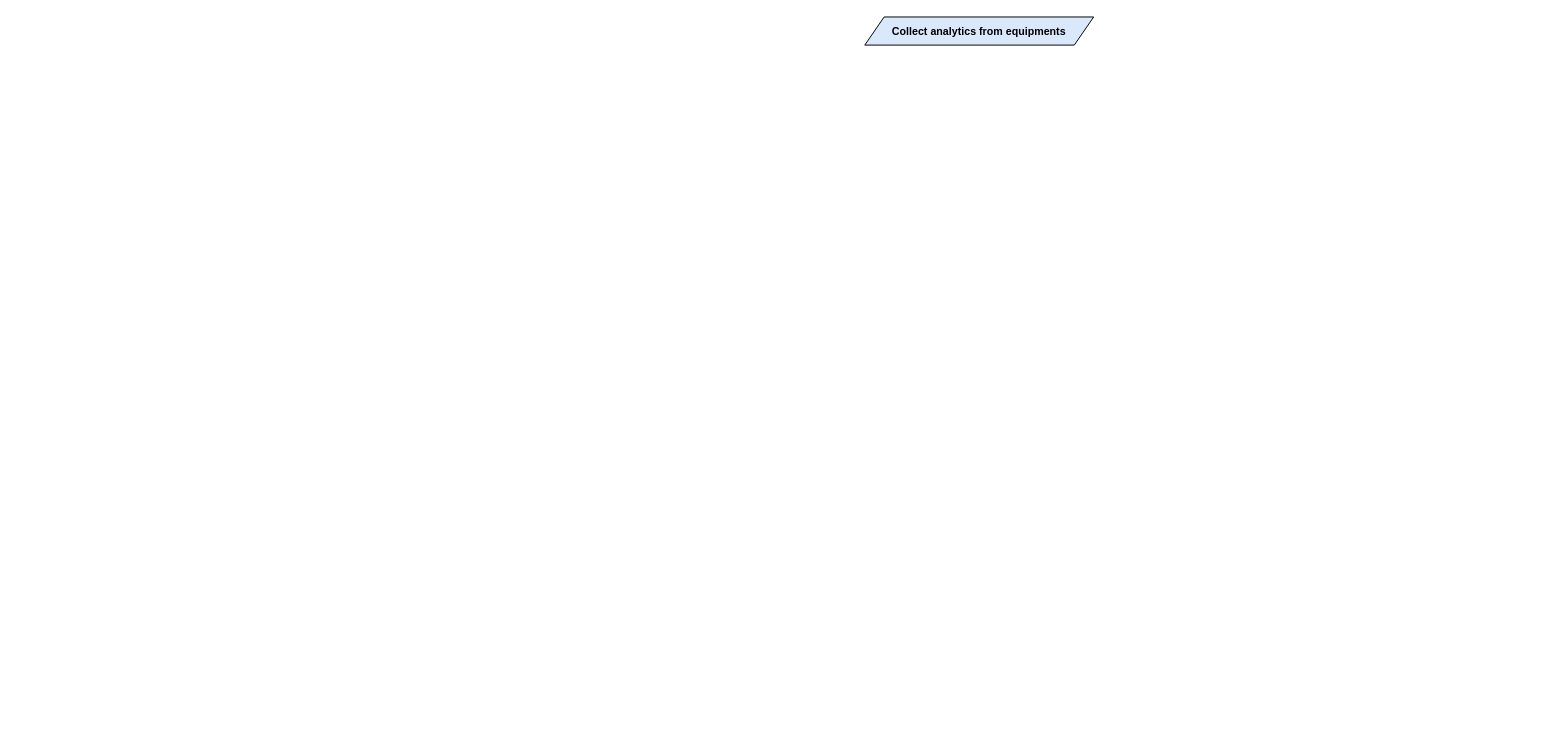
Before: Kaos/KAOS 15.drawio in RafaelCMira/myclinic-msp-project, a draw.io diagram. Source tidied: cells renumbered, new cells numbered last; positions are measured from the earlier drawing's top-left corner, leaving out a move shared by most shapes. Both pictures are drawn from the tidied source at 97%, with x=0, y=0 at pixel (864, 16).
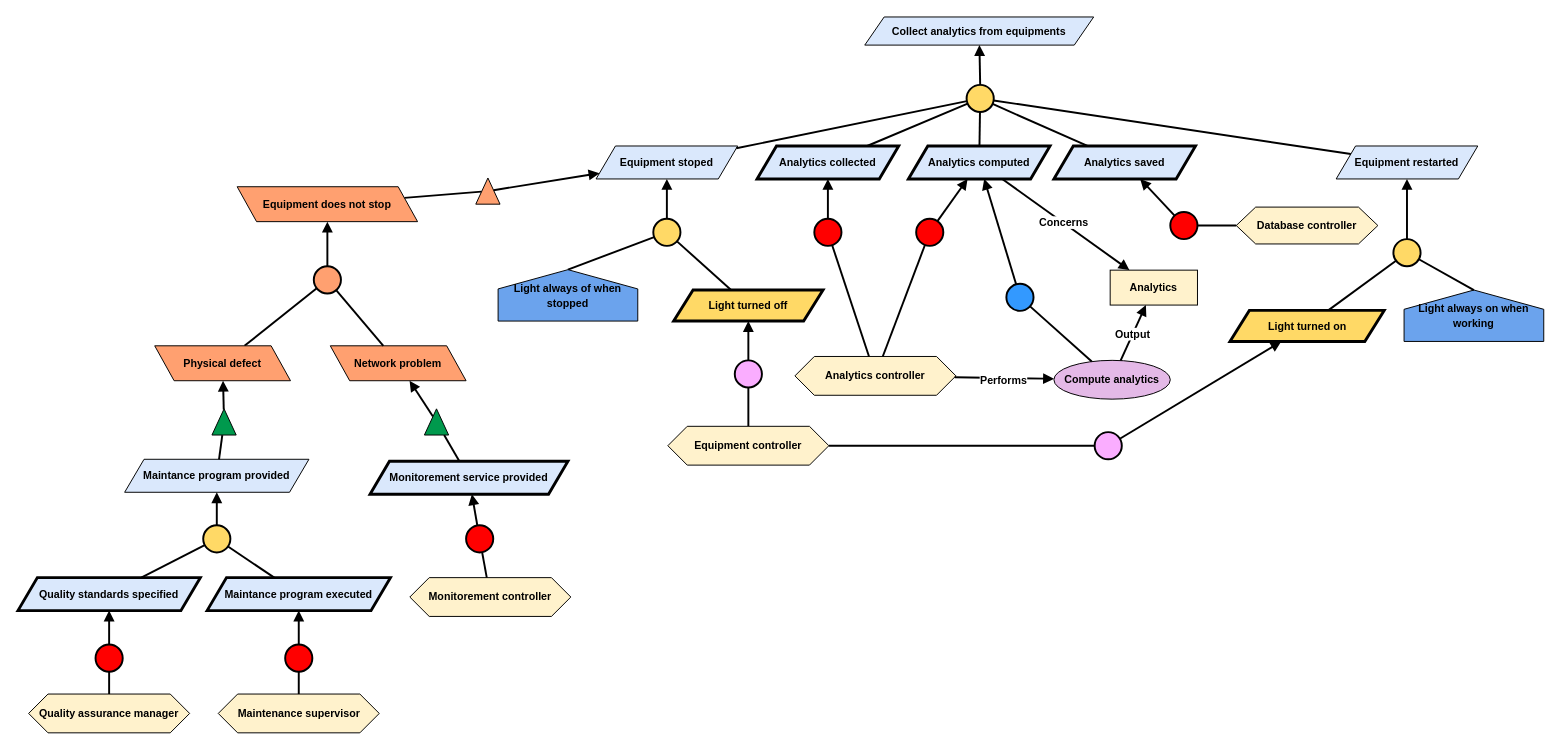
The same diagram, later.

Unchanged cells that the change refers to:
```xml
<mxCell id="2" value="&lt;b&gt;Collect analytics from equipments&lt;/b&gt;" style="shape=parallelogram;perimeter=parallelogramPerimeter;whiteSpace=wrap;html=1;fixedSize=1;fillColor=#dae8fc;strokeColor=#000000;fontFamily=Helvetica;fontSize=11;fontColor=default;labelBackgroundColor=none;" parent="1" vertex="1">
  <mxGeometry width="236" height="29" as="geometry" />
</mxCell>
```

Diff of the diagram source:
```diff
@@
+    <mxCell id="3" value="&lt;b&gt;Equipment stoped&lt;/b&gt;" style="shape=parallelogram;perimeter=parallelogramPerimeter;whiteSpace=wrap;html=1;fixedSize=1;fillColor=#dae8fc;strokeColor=#000000;fontFamily=Helvetica;fontSize=11;fontColor=default;labelBackgroundColor=none;strokeWidth=1;" parent="1" vertex="1">
+      <mxGeometry x="-277" y="133" width="146" height="34" as="geometry" />
+    </mxCell>
+    <mxCell id="4" style="ellipse;whiteSpace=wrap;html=1;fillColor=#FFD966;strokeWidth=2;" parent="1" vertex="1">
+      <mxGeometry x="105" y="70" width="28" height="28" as="geometry" />
+    </mxCell>
+    <mxCell id="5" style="endArrow=block;html=1;rounded=0;endFill=1;strokeWidth=2;" parent="1" edge="1" source="4" target="2">
+      <mxGeometry relative="1" as="geometry" />
+    </mxCell>
+    <mxCell id="6" style="endArrow=none;html=1;rounded=0;strokeWidth=2;" parent="1" edge="1" source="3" target="4">
+      <mxGeometry relative="1" as="geometry" />
+    </mxCell>
+    <mxCell id="7" style="ellipse;whiteSpace=wrap;html=1;fillColor=#FFD966;strokeWidth=2;" parent="1" vertex="1">
+      <mxGeometry x="-218" y="208" width="28" height="28" as="geometry" />
+    </mxCell>
+    <mxCell id="8" style="endArrow=block;html=1;rounded=0;endFill=1;strokeWidth=2;" parent="1" edge="1" source="7" target="3">
+      <mxGeometry relative="1" as="geometry" />
+    </mxCell>
+    <mxCell id="9" style="endArrow=none;html=1;rounded=0;strokeWidth=2;" parent="1" edge="1" source="10" target="7">
+      <mxGeometry relative="1" as="geometry" />
+    </mxCell>
+    <mxCell id="10" value="&lt;b&gt;Light turned off&lt;/b&gt;" style="shape=parallelogram;perimeter=parallelogramPerimeter;whiteSpace=wrap;html=1;fixedSize=1;fillColor=#FFD966;strokeColor=#000000;strokeWidth=3;fontFamily=Helvetica;fontSize=11;fontColor=default;labelBackgroundColor=none;" parent="1" vertex="1">
+      <mxGeometry x="-197" y="281.5" width="154" height="32" as="geometry" />
+    </mxCell>
+    <mxCell id="11" style="ellipse;whiteSpace=wrap;html=1;fillColor=#FAADFF;strokeWidth=2;fontFamily=Helvetica;fontSize=11;fontColor=default;labelBackgroundColor=default;" parent="1" vertex="1">
+      <mxGeometry x="-134" y="354" width="28" height="28" as="geometry" />
+    </mxCell>
+    <mxCell id="12" style="endArrow=block;html=1;rounded=0;endFill=1;strokeWidth=2;strokeColor=default;align=center;verticalAlign=middle;fontFamily=Helvetica;fontSize=11;fontColor=default;labelBackgroundColor=default;" parent="1" edge="1" source="11" target="10">
+      <mxGeometry relative="1" as="geometry" />
+    </mxCell>
+    <mxCell id="13" style="endArrow=none;html=1;rounded=0;strokeWidth=2;strokeColor=default;align=center;verticalAlign=middle;fontFamily=Helvetica;fontSize=11;fontColor=default;labelBackgroundColor=default;" parent="1" edge="1" source="14" target="11">
+      <mxGeometry relative="1" as="geometry" />
+    </mxCell>
+    <mxCell id="14" value="&lt;b&gt;Equipment controller&lt;/b&gt;" style="shape=hexagon;perimeter=hexagonPerimeter2;whiteSpace=wrap;html=1;fixedSize=1;fillColor=#FFF2CC;fontFamily=Helvetica;fontSize=11;fontColor=default;labelBackgroundColor=none;" parent="1" vertex="1">
+      <mxGeometry x="-203" y="422" width="166" height="40" as="geometry" />
+    </mxCell>
+    <mxCell id="15" style="endArrow=none;html=1;rounded=0;strokeWidth=2;exitX=0.5;exitY=0;exitDx=0;exitDy=0;" parent="1" edge="1" source="45" target="7">
+      <mxGeometry relative="1" as="geometry" />
+    </mxCell>
+    <mxCell id="16" value="&lt;b&gt;Analytics collected&lt;/b&gt;" style="shape=parallelogram;perimeter=parallelogramPerimeter;whiteSpace=wrap;html=1;fixedSize=1;fillColor=#dae8fc;strokeColor=#000000;fontFamily=Helvetica;fontSize=11;fontColor=default;labelBackgroundColor=none;strokeWidth=3;" parent="1" vertex="1">
+      <mxGeometry x="-111" y="133" width="146" height="34" as="geometry" />
+    </mxCell>
+    <mxCell id="17" style="endArrow=none;html=1;rounded=0;strokeWidth=2;" parent="1" edge="1" source="16" target="4">
+      <mxGeometry relative="1" as="geometry" />
+    </mxCell>
+    <mxCell id="18" value="&lt;b&gt;Compute analytics&lt;/b&gt;" style="ellipse;whiteSpace=wrap;html=1;fillColor=#E4B9E7;strokeColor=#000000;fontFamily=Helvetica;fontSize=11;fontColor=default;labelBackgroundColor=none;" parent="1" vertex="1">
+      <mxGeometry x="195" y="354" width="120" height="40" as="geometry" />
+    </mxCell>
+    <mxCell id="19" style="ellipse;whiteSpace=wrap;html=1;fillColor=#3399FF;strokeWidth=2;" parent="1" vertex="1">
+      <mxGeometry x="146" y="275" width="28" height="28" as="geometry" />
+    </mxCell>
+    <mxCell id="20" style="endArrow=block;html=1;rounded=0;endFill=1;strokeWidth=2;" parent="1" edge="1" source="19" target="22">
+      <mxGeometry relative="1" as="geometry" />
+    </mxCell>
+    <mxCell id="21" style="endArrow=none;html=1;rounded=0;strokeWidth=2;" parent="1" edge="1" source="18" target="19">
+      <mxGeometry relative="1" as="geometry" />
+    </mxCell>
+    <mxCell id="22" value="&lt;b&gt;Analytics computed&lt;/b&gt;" style="shape=parallelogram;perimeter=parallelogramPerimeter;whiteSpace=wrap;html=1;fixedSize=1;fillColor=#dae8fc;strokeColor=#000000;fontFamily=Helvetica;fontSize=11;fontColor=default;labelBackgroundColor=none;strokeWidth=3;" parent="1" vertex="1">
+      <mxGeometry x="45" y="133" width="146" height="34" as="geometry" />
+    </mxCell>
+    <mxCell id="23" style="endArrow=none;html=1;rounded=0;strokeWidth=2;fontStyle=1;" parent="1" edge="1" source="22" target="4">
+      <mxGeometry relative="1" as="geometry" />
+    </mxCell>
+    <mxCell id="24" value="&lt;b&gt;Analytics saved&lt;/b&gt;" style="shape=parallelogram;perimeter=parallelogramPerimeter;whiteSpace=wrap;html=1;fixedSize=1;fillColor=#dae8fc;strokeColor=#000000;fontFamily=Helvetica;fontSize=11;fontColor=default;labelBackgroundColor=none;strokeWidth=3;" parent="1" vertex="1">
+      <mxGeometry x="195" y="133" width="146" height="34" as="geometry" />
+    </mxCell>
+    <mxCell id="25" style="endArrow=none;html=1;rounded=0;strokeWidth=2;fontStyle=1;" parent="1" edge="1" source="24" target="4">
+      <mxGeometry relative="1" as="geometry" />
+    </mxCell>
+    <mxCell id="26" value="&lt;div&gt;&lt;b&gt;Database controller&lt;/b&gt;&lt;/div&gt;" style="shape=hexagon;perimeter=hexagonPerimeter2;whiteSpace=wrap;html=1;fixedSize=1;fillColor=#FFF2CC;fontFamily=Helvetica;fontSize=11;fontColor=default;labelBackgroundColor=none;" parent="1" vertex="1">
+      <mxGeometry x="383" y="196" width="146" height="38" as="geometry" />
+    </mxCell>
+    <mxCell id="27" style="ellipse;whiteSpace=wrap;html=1;fillColor=#FF0000;strokeWidth=2;" parent="1" vertex="1">
+      <mxGeometry x="315" y="201" width="28" height="28" as="geometry" />
+    </mxCell>
+    <mxCell id="28" style="endArrow=block;html=1;rounded=0;endFill=1;strokeWidth=2;" parent="1" edge="1" source="27" target="24">
+      <mxGeometry relative="1" as="geometry" />
+    </mxCell>
+    <mxCell id="29" style="endArrow=none;html=1;rounded=0;strokeWidth=2;" parent="1" edge="1" source="26" target="27">
+      <mxGeometry relative="1" as="geometry" />
+    </mxCell>
+    <mxCell id="30" value="&lt;b&gt;Analytics controller&lt;/b&gt;" style="shape=hexagon;perimeter=hexagonPerimeter2;whiteSpace=wrap;html=1;fixedSize=1;fillColor=#FFF2CC;fontFamily=Helvetica;fontSize=11;fontColor=default;labelBackgroundColor=none;" parent="1" vertex="1">
+      <mxGeometry x="-72" y="350" width="166" height="40" as="geometry" />
+    </mxCell>
+    <mxCell id="31" style="endArrow=block;html=1;rounded=0;endFill=1;strokeWidth=2;" parent="1" edge="1" source="30" target="18">
+      <mxGeometry relative="1" as="geometry" />
+    </mxCell>
+    <mxCell id="32" value="&lt;b&gt;Performs&lt;/b&gt;" style="edgeLabel;html=1;align=center;verticalAlign=middle;" parent="31" vertex="1">
+      <mxGeometry x="-0.02" y="-2" relative="1" as="geometry" />
+    </mxCell>
+    <mxCell id="33" style="ellipse;whiteSpace=wrap;html=1;fillColor=#FF0000;strokeWidth=2;" parent="1" vertex="1">
+      <mxGeometry x="-52" y="208" width="28" height="28" as="geometry" />
+    </mxCell>
+    <mxCell id="34" style="endArrow=block;html=1;rounded=0;endFill=1;strokeWidth=2;" parent="1" edge="1" source="33" target="16">
+      <mxGeometry relative="1" as="geometry" />
+    </mxCell>
+    <mxCell id="35" style="endArrow=none;html=1;rounded=0;strokeWidth=2;" parent="1" edge="1" source="30" target="33">
+      <mxGeometry relative="1" as="geometry" />
+    </mxCell>
+    <mxCell id="36" value="&lt;b&gt;Analytics&lt;/b&gt;" style="rounded=0;whiteSpace=wrap;html=1;fillColor=#FFF2CC;fontFamily=Helvetica;fontSize=11;fontColor=default;labelBackgroundColor=none;" parent="1" vertex="1">
+      <mxGeometry x="253" y="261" width="90" height="36" as="geometry" />
+    </mxCell>
+    <mxCell id="37" value="&lt;b&gt;Equipment restarted&lt;/b&gt;" style="shape=parallelogram;perimeter=parallelogramPerimeter;whiteSpace=wrap;html=1;fixedSize=1;fillColor=#dae8fc;strokeColor=#000000;fontFamily=Helvetica;fontSize=11;fontColor=default;labelBackgroundColor=none;strokeWidth=1;" parent="1" vertex="1">
+      <mxGeometry x="486" y="133" width="146" height="34" as="geometry" />
+    </mxCell>
+    <mxCell id="38" style="ellipse;whiteSpace=wrap;html=1;fillColor=#FFD966;strokeWidth=2;" parent="1" vertex="1">
+      <mxGeometry x="545" y="229" width="28" height="28" as="geometry" />
+    </mxCell>
+    <mxCell id="39" style="endArrow=block;html=1;rounded=0;endFill=1;strokeWidth=2;" parent="1" edge="1" source="38" target="37">
+      <mxGeometry relative="1" as="geometry" />
+    </mxCell>
+    <mxCell id="40" style="endArrow=none;html=1;rounded=0;strokeWidth=2;" parent="1" edge="1" source="41" target="38">
+      <mxGeometry relative="1" as="geometry" />
+    </mxCell>
+    <mxCell id="41" value="&lt;b&gt;Light turned on&lt;/b&gt;" style="shape=parallelogram;perimeter=parallelogramPerimeter;whiteSpace=wrap;html=1;fixedSize=1;fillColor=#FFD966;strokeColor=#000000;strokeWidth=3;fontFamily=Helvetica;fontSize=11;fontColor=default;labelBackgroundColor=none;" parent="1" vertex="1">
+      <mxGeometry x="376.5" y="302.5" width="159" height="32" as="geometry" />
+    </mxCell>
+    <mxCell id="42" value="&lt;b style=&quot;&quot;&gt;&lt;font style=&quot;font-size: 11px;&quot; face=&quot;Helvetica&quot;&gt;Light always on when working&lt;/font&gt;&lt;/b&gt;" style="shape=offPageConnector;whiteSpace=wrap;html=1;flipV=1;fillColor=#6BA3ED;" parent="1" vertex="1">
+      <mxGeometry x="556" y="281.5" width="144" height="53" as="geometry" />
+    </mxCell>
+    <mxCell id="43" style="endArrow=none;html=1;rounded=0;strokeWidth=2;exitX=0.5;exitY=0;exitDx=0;exitDy=0;" parent="1" edge="1" source="42" target="38">
+      <mxGeometry relative="1" as="geometry" />
+    </mxCell>
+    <mxCell id="44" style="endArrow=none;html=1;rounded=0;strokeWidth=2;fontStyle=1;" parent="1" edge="1" source="37" target="4">
+      <mxGeometry relative="1" as="geometry" />
+    </mxCell>
+    <mxCell id="45" value="&lt;b style=&quot;&quot;&gt;&lt;font style=&quot;font-size: 11px;&quot; face=&quot;Helvetica&quot;&gt;Light always of when stopped&lt;/font&gt;&lt;/b&gt;" style="shape=offPageConnector;whiteSpace=wrap;html=1;flipV=1;fillColor=#6BA3ED;" parent="1" vertex="1">
+      <mxGeometry x="-378" y="260.5" width="144" height="53" as="geometry" />
+    </mxCell>
+    <mxCell id="46" style="ellipse;whiteSpace=wrap;html=1;fillColor=#FAADFF;strokeWidth=2;fontFamily=Helvetica;fontSize=11;fontColor=default;labelBackgroundColor=default;" parent="1" vertex="1">
+      <mxGeometry x="237" y="428" width="28" height="28" as="geometry" />
+    </mxCell>
+    <mxCell id="47" style="endArrow=block;html=1;rounded=0;endFill=1;strokeWidth=2;strokeColor=default;align=center;verticalAlign=middle;fontFamily=Helvetica;fontSize=11;fontColor=default;labelBackgroundColor=default;" parent="1" edge="1" source="46" target="41">
+      <mxGeometry relative="1" as="geometry" />
+    </mxCell>
+    <mxCell id="48" style="endArrow=none;html=1;rounded=0;strokeWidth=2;strokeColor=default;align=center;verticalAlign=middle;fontFamily=Helvetica;fontSize=11;fontColor=default;labelBackgroundColor=default;" parent="1" edge="1" source="14" target="46">
+      <mxGeometry relative="1" as="geometry" />
+    </mxCell>
+    <mxCell id="49" style="ellipse;whiteSpace=wrap;html=1;fillColor=#FF0000;strokeWidth=2;" parent="1" vertex="1">
+      <mxGeometry x="53" y="208" width="28" height="28" as="geometry" />
+    </mxCell>
+    <mxCell id="50" style="endArrow=block;html=1;rounded=0;endFill=1;strokeWidth=2;" parent="1" edge="1" source="49" target="22">
+      <mxGeometry relative="1" as="geometry" />
+    </mxCell>
+    <mxCell id="51" style="endArrow=none;html=1;rounded=0;strokeWidth=2;" parent="1" edge="1" source="30" target="49">
+      <mxGeometry relative="1" as="geometry" />
+    </mxCell>
+    <mxCell id="52" style="endArrow=block;html=1;rounded=0;endFill=1;strokeWidth=2;" parent="1" edge="1" source="22" target="36">
+      <mxGeometry relative="1" as="geometry" />
+    </mxCell>
+    <mxCell id="53" value="&lt;b&gt;Concerns&lt;/b&gt;" style="edgeLabel;html=1;align=center;verticalAlign=middle;" parent="52" vertex="1">
+      <mxGeometry x="-0.04" y="1" relative="1" as="geometry" />
+    </mxCell>
+    <mxCell id="54" style="endArrow=block;html=1;rounded=0;endFill=1;strokeWidth=2;" parent="1" edge="1" source="18" target="36">
+      <mxGeometry relative="1" as="geometry" />
+    </mxCell>
+    <mxCell id="55" value="&lt;b&gt;Output&lt;/b&gt;" style="edgeLabel;html=1;align=center;verticalAlign=middle;" parent="54" vertex="1">
+      <mxGeometry x="-0.04" y="1" relative="1" as="geometry" />
+    </mxCell>
+    <mxCell id="56" style="endArrow=block;html=1;rounded=0;endFill=1;strokeWidth=2;" parent="1" edge="1" source="58" target="3">
+      <mxGeometry relative="1" as="geometry" />
+    </mxCell>
+    <mxCell id="57" style="endArrow=none;html=1;rounded=0;strokeWidth=2;" parent="1" edge="1" source="59" target="58">
+      <mxGeometry relative="1" as="geometry" />
+    </mxCell>
+    <mxCell id="58" style="triangle;whiteSpace=wrap;html=1;rotation=-90;fillColor=#FFA070;" parent="1" vertex="1">
+      <mxGeometry x="-402" y="167" width="27" height="25" as="geometry" />
+    </mxCell>
+    <mxCell id="59" value="Equipment does not stop" style="shape=parallelogram;perimeter=parallelogramPerimeter;whiteSpace=wrap;html=1;fixedSize=1;fillColor=#FFA070;fontStyle=1;fontFamily=Helvetica;fontSize=11;fontColor=default;labelBackgroundColor=none;flipH=1;flipV=0;" parent="1" vertex="1">
+      <mxGeometry x="-647" y="175" width="186" height="36" as="geometry" />
+    </mxCell>
+    <mxCell id="60" style="ellipse;whiteSpace=wrap;html=1;fillColor=#FFA070;strokeWidth=2;" parent="1" vertex="1">
+      <mxGeometry x="-568" y="257" width="28" height="28" as="geometry" />
+    </mxCell>
+    <mxCell id="61" style="endArrow=block;html=1;rounded=0;endFill=1;strokeWidth=2;" parent="1" edge="1" source="60" target="59">
+      <mxGeometry relative="1" as="geometry" />
+    </mxCell>
+    <mxCell id="62" style="endArrow=none;html=1;rounded=0;strokeWidth=2;" parent="1" edge="1" source="63" target="60">
+      <mxGeometry relative="1" as="geometry" />
+    </mxCell>
+    <mxCell id="63" value="Physical defect" style="shape=parallelogram;perimeter=parallelogramPerimeter;whiteSpace=wrap;html=1;fixedSize=1;fillColor=#FFA070;fontStyle=1;fontFamily=Helvetica;fontSize=11;fontColor=default;labelBackgroundColor=none;flipH=1;flipV=0;" parent="1" vertex="1">
+      <mxGeometry x="-732" y="339" width="140" height="36" as="geometry" />
+    </mxCell>
+    <mxCell id="64" value="Network problem" style="shape=parallelogram;perimeter=parallelogramPerimeter;whiteSpace=wrap;html=1;fixedSize=1;fillColor=#FFA070;fontStyle=1;fontFamily=Helvetica;fontSize=11;fontColor=default;labelBackgroundColor=none;flipH=1;flipV=0;" parent="1" vertex="1">
+      <mxGeometry x="-551" y="339" width="140" height="36" as="geometry" />
+    </mxCell>
+    <mxCell id="65" style="endArrow=none;html=1;rounded=0;strokeWidth=2;" parent="1" edge="1" source="64" target="60">
+      <mxGeometry relative="1" as="geometry" />
+    </mxCell>
+    <mxCell id="66" value="&lt;b&gt;Maintance program provided&lt;/b&gt;" style="shape=parallelogram;perimeter=parallelogramPerimeter;whiteSpace=wrap;html=1;fixedSize=1;fillColor=#dae8fc;strokeColor=#000000;fontFamily=Helvetica;fontSize=11;fontColor=default;labelBackgroundColor=none;strokeWidth=1;" parent="1" vertex="1">
+      <mxGeometry x="-763" y="456" width="190" height="34" as="geometry" />
+    </mxCell>
+    <mxCell id="67" style="endArrow=block;html=1;rounded=0;endFill=1;strokeWidth=2;" parent="1" edge="1" source="69" target="63">
+      <mxGeometry relative="1" as="geometry" />
+    </mxCell>
+    <mxCell id="68" style="endArrow=none;html=1;rounded=0;strokeWidth=2;" parent="1" edge="1" source="66" target="69">
+      <mxGeometry relative="1" as="geometry" />
+    </mxCell>
+    <mxCell id="69" style="triangle;whiteSpace=wrap;html=1;rotation=-90;fillColor=#00994D;" parent="1" vertex="1">
+      <mxGeometry x="-674" y="405" width="27" height="25" as="geometry" />
+    </mxCell>
+    <mxCell id="70" style="ellipse;whiteSpace=wrap;html=1;fillColor=#FFD966;strokeWidth=2;" parent="1" vertex="1">
+      <mxGeometry x="-682" y="524" width="28" height="28" as="geometry" />
+    </mxCell>
+    <mxCell id="71" style="endArrow=block;html=1;rounded=0;endFill=1;strokeWidth=2;" parent="1" edge="1" source="70" target="66">
+      <mxGeometry relative="1" as="geometry" />
+    </mxCell>
+    <mxCell id="72" style="endArrow=none;html=1;rounded=0;strokeWidth=2;" parent="1" edge="1" source="73" target="70">
+      <mxGeometry relative="1" as="geometry" />
+    </mxCell>
+    <mxCell id="73" value="&lt;b&gt;Quality standards specified&lt;/b&gt;" style="shape=parallelogram;perimeter=parallelogramPerimeter;whiteSpace=wrap;html=1;fixedSize=1;fillColor=#dae8fc;strokeColor=#000000;fontFamily=Helvetica;fontSize=11;fontColor=default;labelBackgroundColor=none;strokeWidth=3;" parent="1" vertex="1">
+      <mxGeometry x="-873" y="578" width="188" height="34" as="geometry" />
+    </mxCell>
+    <mxCell id="74" value="&lt;b&gt;Maintance program executed&lt;/b&gt;" style="shape=parallelogram;perimeter=parallelogramPerimeter;whiteSpace=wrap;html=1;fixedSize=1;fillColor=#dae8fc;strokeColor=#000000;fontFamily=Helvetica;fontSize=11;fontColor=default;labelBackgroundColor=none;strokeWidth=3;" parent="1" vertex="1">
+      <mxGeometry x="-678" y="578" width="189" height="34" as="geometry" />
+    </mxCell>
+    <mxCell id="75" style="endArrow=none;html=1;rounded=0;strokeWidth=2;" parent="1" edge="1" source="74" target="70">
+      <mxGeometry relative="1" as="geometry" />
+    </mxCell>
+    <mxCell id="76" value="&lt;b&gt;Monitorement service provided&lt;/b&gt;" style="shape=parallelogram;perimeter=parallelogramPerimeter;whiteSpace=wrap;html=1;fixedSize=1;fillColor=#dae8fc;strokeColor=#000000;fontFamily=Helvetica;fontSize=11;fontColor=default;labelBackgroundColor=none;strokeWidth=3;" parent="1" vertex="1">
+      <mxGeometry x="-510" y="458" width="204" height="34" as="geometry" />
+    </mxCell>
+    <mxCell id="77" style="endArrow=block;html=1;rounded=0;endFill=1;strokeWidth=2;" parent="1" edge="1" source="79" target="64">
+      <mxGeometry relative="1" as="geometry" />
+    </mxCell>
+    <mxCell id="78" style="endArrow=none;html=1;rounded=0;strokeWidth=2;" parent="1" edge="1" source="76" target="79">
+      <mxGeometry relative="1" as="geometry" />
+    </mxCell>
+    <mxCell id="79" style="triangle;whiteSpace=wrap;html=1;rotation=-90;fillColor=#00994D;" parent="1" vertex="1">
+      <mxGeometry x="-455" y="405" width="27" height="25" as="geometry" />
+    </mxCell>
+    <mxCell id="80" value="&lt;b&gt;Monitorement controller&lt;/b&gt;" style="shape=hexagon;perimeter=hexagonPerimeter2;whiteSpace=wrap;html=1;fixedSize=1;fillColor=#FFF2CC;fontFamily=Helvetica;fontSize=11;fontColor=default;labelBackgroundColor=none;" parent="1" vertex="1">
+      <mxGeometry x="-469" y="578" width="166" height="40" as="geometry" />
+    </mxCell>
+    <mxCell id="81" style="ellipse;whiteSpace=wrap;html=1;fillColor=#FF0000;strokeWidth=2;" parent="1" vertex="1">
+      <mxGeometry x="-411" y="524" width="28" height="28" as="geometry" />
+    </mxCell>
+    <mxCell id="82" style="endArrow=block;html=1;rounded=0;endFill=1;strokeWidth=2;" parent="1" edge="1" source="81" target="76">
+      <mxGeometry relative="1" as="geometry" />
+    </mxCell>
+    <mxCell id="83" style="endArrow=none;html=1;rounded=0;strokeWidth=2;" parent="1" edge="1" source="80" target="81">
+      <mxGeometry relative="1" as="geometry" />
+    </mxCell>
+    <mxCell id="84" value="&lt;b&gt;Quality assurance manager&lt;/b&gt;" style="shape=hexagon;perimeter=hexagonPerimeter2;whiteSpace=wrap;html=1;fixedSize=1;fillColor=#FFF2CC;fontFamily=Helvetica;fontSize=11;fontColor=default;labelBackgroundColor=none;" parent="1" vertex="1">
+      <mxGeometry x="-862" y="698" width="166" height="40" as="geometry" />
+    </mxCell>
+    <mxCell id="85" style="ellipse;whiteSpace=wrap;html=1;fillColor=#FF0000;strokeWidth=2;" parent="1" vertex="1">
+      <mxGeometry x="-597.5" y="647" width="28" height="28" as="geometry" />
+    </mxCell>
+    <mxCell id="86" style="endArrow=block;html=1;rounded=0;endFill=1;strokeWidth=2;" parent="1" edge="1" source="85" target="74">
+      <mxGeometry relative="1" as="geometry" />
+    </mxCell>
+    <mxCell id="87" style="ellipse;whiteSpace=wrap;html=1;fillColor=#FF0000;strokeWidth=2;" parent="1" vertex="1">
+      <mxGeometry x="-793" y="647" width="28" height="28" as="geometry" />
+    </mxCell>
+    <mxCell id="88" style="endArrow=block;html=1;rounded=0;endFill=1;strokeWidth=2;" parent="1" edge="1" source="87" target="73">
+      <mxGeometry relative="1" as="geometry" />
+    </mxCell>
+    <mxCell id="89" style="endArrow=none;html=1;rounded=0;strokeWidth=2;" parent="1" edge="1" source="84" target="87">
+      <mxGeometry relative="1" as="geometry" />
+    </mxCell>
+    <mxCell id="90" value="&lt;b&gt;Maintenance supervisor&lt;/b&gt;" style="shape=hexagon;perimeter=hexagonPerimeter2;whiteSpace=wrap;html=1;fixedSize=1;fillColor=#FFF2CC;fontFamily=Helvetica;fontSize=11;fontColor=default;labelBackgroundColor=none;" parent="1" vertex="1">
+      <mxGeometry x="-666.5" y="698" width="166" height="40" as="geometry" />
+    </mxCell>
+    <mxCell id="91" style="endArrow=none;html=1;rounded=0;strokeWidth=2;" parent="1" edge="1" source="90" target="85">
+      <mxGeometry relative="1" as="geometry" />
+    </mxCell>
```
